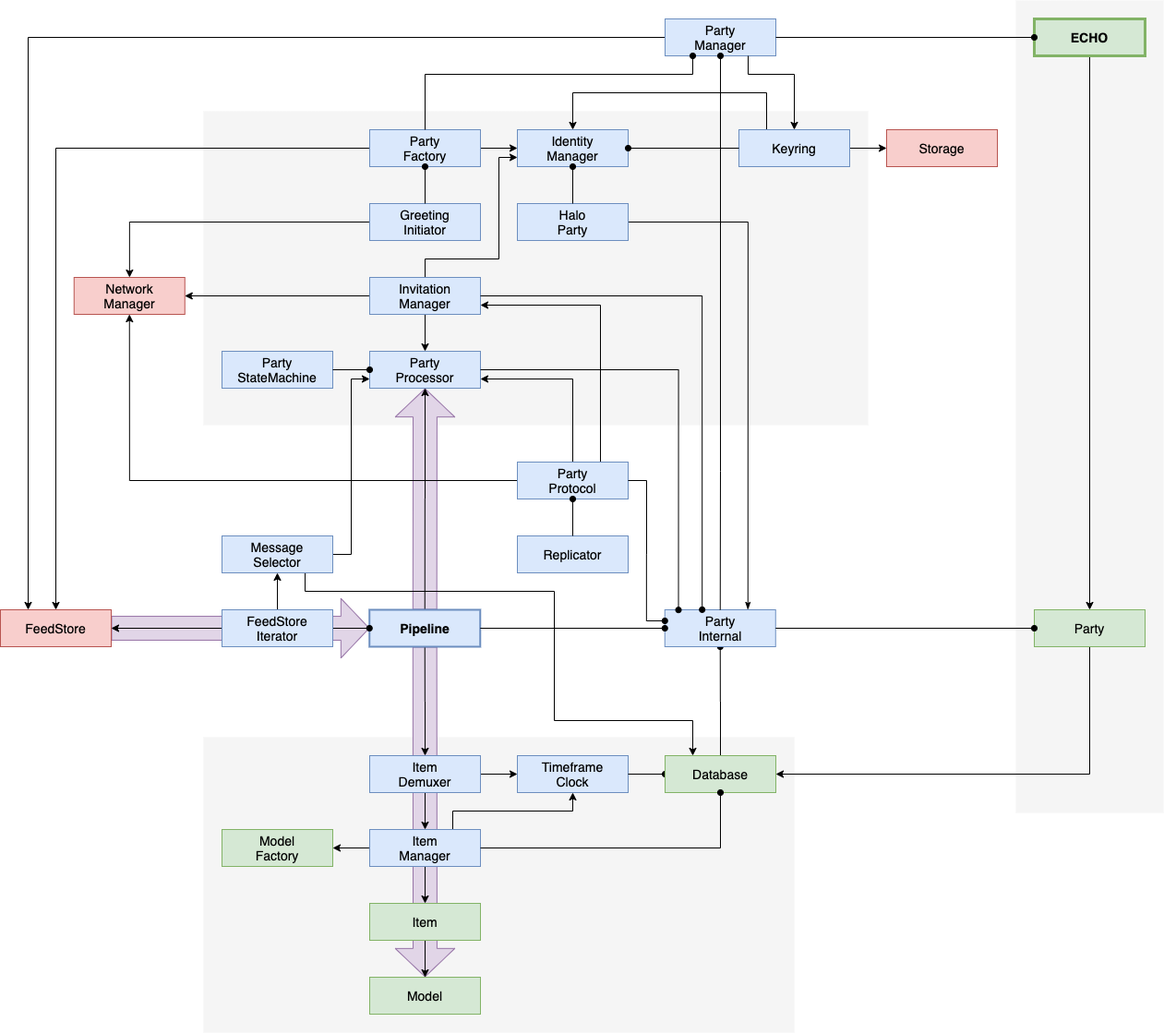
The draw.io diagram docs/content/diagrams/data-processing-2.png in dxos/dxos, before a commit. Source tidied: cells renumbered, new cells last; positions are measured from the earlier drawing's top-left corner, leaving out a move shared by most shapes.
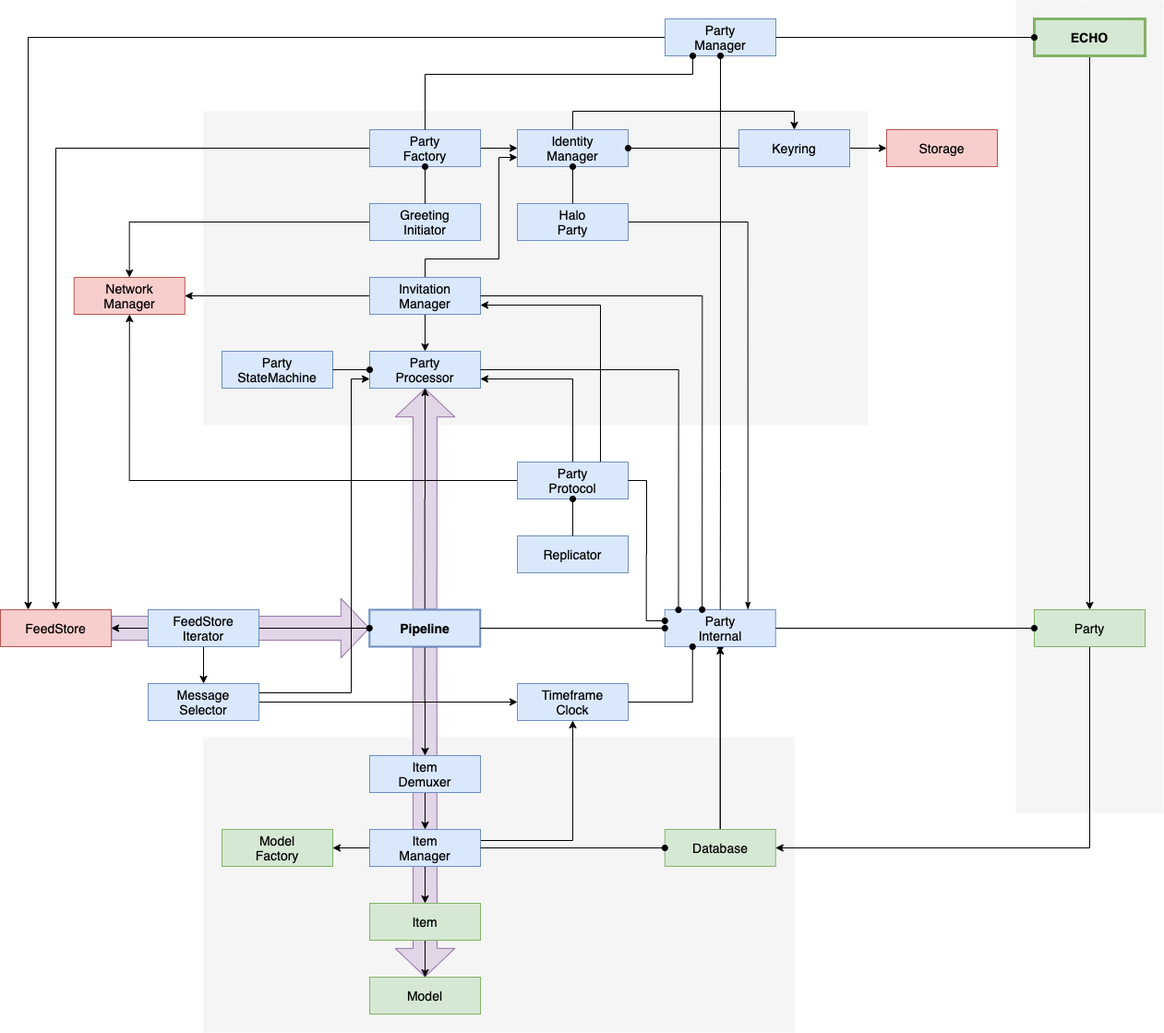
Above is the later version.

The edit, as a diff of the source:
```diff
@@ -25,13 +25,8 @@
     <mxCell id="8" style="edgeStyle=orthogonalEdgeStyle;rounded=0;jettySize=auto;html=1;exitX=0;exitY=0.5;exitDx=0;exitDy=0;entryX=0.25;entryY=0;entryDx=0;entryDy=0;" parent="1" edge="1" source="10" target="61">
       <mxGeometry relative="1" as="geometry" />
     </mxCell>
-    <mxCell id="9" style="edgeStyle=orthogonalEdgeStyle;rounded=0;jettySize=auto;html=1;exitX=0.25;exitY=0;exitDx=0;exitDy=0;entryX=0.5;entryY=0;entryDx=0;entryDy=0;" parent="1" edge="1" source="63" target="25">
-      <mxGeometry relative="1" as="geometry">
-        <Array as="points">
-          <mxPoint x="830" y="100" />
-          <mxPoint x="620" y="100" />
-        </Array>
-      </mxGeometry>
+    <mxCell id="9" style="edgeStyle=orthogonalEdgeStyle;rounded=0;jettySize=auto;html=1;exitX=0.5;exitY=0;exitDx=0;exitDy=0;entryX=0.5;entryY=0;entryDx=0;entryDy=0;" parent="1" edge="1" source="25" target="63">
+      <mxGeometry relative="1" as="geometry" />
     </mxCell>
     <mxCell id="10" value="Party&lt;br&gt;Manager" style="rounded=0;whiteSpace=wrap;html=1;fontSize=14;fontFamily=Helvetica;fillColor=#dae8fc;strokeColor=#6c8ebf;fontStyle=0;strokeWidth=1;" parent="1" vertex="1">
       <mxGeometry x="720" y="20" width="120" height="40" as="geometry" />
@@ -45,8 +40,13 @@
     <mxCell id="13" style="edgeStyle=orthogonalEdgeStyle;rounded=0;jettySize=auto;html=1;exitX=0.5;exitY=1;exitDx=0;exitDy=0;" parent="1" edge="1" source="62" target="17">
       <mxGeometry relative="1" as="geometry" />
     </mxCell>
-    <mxCell id="14" style="edgeStyle=orthogonalEdgeStyle;rounded=0;jettySize=auto;html=1;exitX=0.75;exitY=0;exitDx=0;exitDy=0;" parent="1" edge="1" source="62" target="24">
-      <mxGeometry relative="1" as="geometry" />
+    <mxCell id="14" style="edgeStyle=orthogonalEdgeStyle;rounded=0;jettySize=auto;html=1;" parent="1" edge="1" target="24">
+      <mxGeometry relative="1" as="geometry">
+        <mxPoint x="520" y="910" as="sourcePoint" />
+        <Array as="points">
+          <mxPoint x="620" y="910" />
+        </Array>
+      </mxGeometry>
     </mxCell>
     <mxCell id="15" style="edgeStyle=orthogonalEdgeStyle;rounded=0;jettySize=auto;html=1;exitX=0;exitY=0.5;exitDx=0;exitDy=0;entryX=1;entryY=0.5;entryDx=0;entryDy=0;" parent="1" edge="1" source="62" target="34">
       <mxGeometry relative="1" as="geometry" />
@@ -76,7 +76,7 @@
       <mxGeometry x="240" y="380" width="120" height="40" as="geometry" />
     </mxCell>
     <mxCell id="24" value="Timeframe&lt;br&gt;Clock" style="rounded=0;whiteSpace=wrap;html=1;fontSize=14;fontFamily=Helvetica;fillColor=#dae8fc;strokeColor=#6c8ebf;fontStyle=0;strokeWidth=1;" parent="1" vertex="1">
-      <mxGeometry x="560" y="818" width="120" height="40" as="geometry" />
+      <mxGeometry x="560" y="740" width="120" height="40" as="geometry" />
     </mxCell>
     <mxCell id="25" value="Identity&lt;br&gt;Manager" style="rounded=0;whiteSpace=wrap;html=1;fontSize=14;fontFamily=Helvetica;fillColor=#dae8fc;strokeColor=#6c8ebf;fontStyle=0;strokeWidth=1;" parent="1" vertex="1">
       <mxGeometry x="560" y="140" width="120" height="40" as="geometry" />
@@ -146,15 +146,12 @@
     <mxCell id="42" style="edgeStyle=orthogonalEdgeStyle;rounded=0;jettySize=auto;html=1;exitX=0;exitY=0.5;exitDx=0;exitDy=0;" parent="1" edge="1" source="80" target="61">
       <mxGeometry relative="1" as="geometry" />
     </mxCell>
-    <mxCell id="43" style="edgeStyle=orthogonalEdgeStyle;rounded=0;jettySize=auto;html=1;exitX=0.5;exitY=0;exitDx=0;exitDy=0;endArrow=classic;" parent="1" edge="1" source="80" target="57">
+    <mxCell id="43" style="edgeStyle=orthogonalEdgeStyle;rounded=0;jettySize=auto;html=1;exitX=0.5;exitY=1;exitDx=0;exitDy=0;endArrow=classic;" parent="1" edge="1" source="80" target="57">
       <mxGeometry relative="1" as="geometry" />
     </mxCell>
     <mxCell id="44" style="edgeStyle=orthogonalEdgeStyle;rounded=0;jettySize=auto;html=1;exitX=0.5;exitY=1;exitDx=0;exitDy=0;entryX=0.5;entryY=0;entryDx=0;entryDy=0;" parent="1" edge="1" source="46" target="62">
       <mxGeometry relative="1" as="geometry" />
     </mxCell>
-    <mxCell id="45" style="edgeStyle=orthogonalEdgeStyle;rounded=0;jettySize=auto;html=1;exitX=1;exitY=0.5;exitDx=0;exitDy=0;" parent="1" edge="1" source="46" target="24">
-      <mxGeometry relative="1" as="geometry" />
-    </mxCell>
     <mxCell id="46" value="Item&lt;br&gt;Demuxer" style="rounded=0;whiteSpace=wrap;html=1;fontSize=14;fontFamily=Helvetica;fillColor=#dae8fc;strokeColor=#6c8ebf;fontStyle=0;strokeWidth=1;" parent="1" vertex="1">
       <mxGeometry x="400" y="818" width="120" height="40" as="geometry" />
     </mxCell>
@@ -173,30 +170,31 @@
     <mxCell id="51" value="Party" style="rounded=0;whiteSpace=wrap;html=1;fontSize=14;fontFamily=Helvetica;fillColor=#d5e8d4;strokeColor=#82b366;fontStyle=0;strokeWidth=1;" parent="1" vertex="1">
       <mxGeometry x="1120" y="660" width="120" height="40" as="geometry" />
     </mxCell>
-    <mxCell id="52" style="edgeStyle=orthogonalEdgeStyle;rounded=0;jettySize=auto;html=1;exitX=0;exitY=0.5;exitDx=0;exitDy=0;entryX=1;entryY=0.5;entryDx=0;entryDy=0;endFill=0;endArrow=none;startFill=1;startArrow=oval;" parent="1" edge="1" source="53" target="24">
+    <mxCell id="52" style="edgeStyle=orthogonalEdgeStyle;rounded=0;jettySize=auto;html=1;exitX=0.25;exitY=1;exitDx=0;exitDy=0;entryX=1;entryY=0.5;entryDx=0;entryDy=0;endFill=0;endArrow=none;startFill=1;startArrow=oval;" parent="1" edge="1" source="12" target="24">
       <mxGeometry relative="1" as="geometry" />
     </mxCell>
+    <mxCell id="81" style="edgeStyle=orthogonalEdgeStyle;rounded=0;jettySize=auto;html=1;" parent="1" edge="1" source="53" target="12">
+      <mxGeometry relative="1" as="geometry" />
+    </mxCell>
     <mxCell id="53" value="Database" style="rounded=0;whiteSpace=wrap;html=1;fontSize=14;fontFamily=Helvetica;fillColor=#d5e8d4;strokeColor=#82b366;fontStyle=0;strokeWidth=1;" parent="1" vertex="1">
-      <mxGeometry x="720" y="818" width="120" height="40" as="geometry" />
+      <mxGeometry x="719.8" y="898" width="120" height="40" as="geometry" />
     </mxCell>
     <mxCell id="54" style="edgeStyle=orthogonalEdgeStyle;rounded=0;orthogonalLoop=1;jettySize=auto;html=1;exitX=0.5;exitY=1;exitDx=0;exitDy=0;" parent="1" edge="1" source="63" target="63">
       <mxGeometry relative="1" as="geometry" />
     </mxCell>
-    <mxCell id="55" style="edgeStyle=orthogonalEdgeStyle;rounded=0;jettySize=auto;html=1;exitX=0.75;exitY=1;exitDx=0;exitDy=0;entryX=0.25;entryY=0;entryDx=0;entryDy=0;" parent="1" edge="1" source="57" target="53">
-      <mxGeometry relative="1" as="geometry">
-        <Array as="points">
-          <mxPoint x="330" y="640" />
-          <mxPoint x="600" y="640" />
-          <mxPoint x="600" y="780" />
-          <mxPoint x="750" y="780" />
-        </Array>
-      </mxGeometry>
+    <mxCell id="55" style="edgeStyle=orthogonalEdgeStyle;rounded=0;jettySize=auto;html=1;exitX=1;exitY=0.5;exitDx=0;exitDy=0;entryX=0;entryY=0.5;entryDx=0;entryDy=0;" parent="1" edge="1" source="57" target="24">
+      <mxGeometry relative="1" as="geometry" />
     </mxCell>
-    <mxCell id="56" style="edgeStyle=orthogonalEdgeStyle;rounded=0;jettySize=auto;html=1;exitX=1;exitY=0.5;exitDx=0;exitDy=0;entryX=0;entryY=0.75;entryDx=0;entryDy=0;" parent="1" edge="1" source="57" target="22">
-      <mxGeometry relative="1" as="geometry" />
+    <mxCell id="56" style="edgeStyle=orthogonalEdgeStyle;rounded=0;jettySize=auto;html=1;exitX=1;exitY=0.25;exitDx=0;exitDy=0;entryX=0;entryY=0.75;entryDx=0;entryDy=0;" parent="1" edge="1" source="57" target="22">
+      <mxGeometry relative="1" as="geometry">
+        <Array as="points">
+          <mxPoint x="380" y="750" />
+          <mxPoint x="380" y="410" />
+        </Array>
+      </mxGeometry>
     </mxCell>
     <mxCell id="57" value="Message&lt;br&gt;Selector" style="rounded=0;whiteSpace=wrap;html=1;fontSize=14;fontFamily=Helvetica;fillColor=#dae8fc;strokeColor=#6c8ebf;fontStyle=0;strokeWidth=1;" parent="1" vertex="1">
-      <mxGeometry x="240" y="580" width="120" height="40" as="geometry" />
+      <mxGeometry x="160" y="740" width="120" height="40" as="geometry" />
     </mxCell>
     <mxCell id="58" value="Replicator" style="rounded=0;whiteSpace=wrap;html=1;fontSize=14;fontFamily=Helvetica;fillColor=#dae8fc;strokeColor=#6c8ebf;fontStyle=0;strokeWidth=1;" parent="1" vertex="1">
       <mxGeometry x="560" y="580" width="120" height="40" as="geometry" />
@@ -216,14 +214,6 @@
     <mxCell id="63" value="Keyring" style="rounded=0;whiteSpace=wrap;html=1;fontSize=14;fontFamily=Helvetica;fillColor=#dae8fc;strokeColor=#6c8ebf;fontStyle=0;strokeWidth=1;" parent="1" vertex="1">
       <mxGeometry x="800" y="140" width="120" height="40" as="geometry" />
     </mxCell>
-    <mxCell id="64" style="edgeStyle=orthogonalEdgeStyle;rounded=0;jettySize=auto;html=1;exitX=0.75;exitY=1;exitDx=0;exitDy=0;" parent="1" edge="1" source="10" target="63">
-      <mxGeometry relative="1" as="geometry">
-        <Array as="points">
-          <mxPoint x="810" y="80" />
-          <mxPoint x="860" y="80" />
-        </Array>
-      </mxGeometry>
-    </mxCell>
     <mxCell id="65" style="edgeStyle=orthogonalEdgeStyle;rounded=0;jettySize=auto;html=1;exitX=0.25;exitY=1;exitDx=0;exitDy=0;strokeWidth=1;endFill=0;endArrow=none;startFill=1;startArrow=oval;" parent="1" edge="1" source="10" target="33">
       <mxGeometry relative="1" as="geometry">
         <Array as="points">
@@ -235,7 +225,7 @@
     <mxCell id="66" style="edgeStyle=orthogonalEdgeStyle;rounded=0;jettySize=auto;html=1;exitX=0;exitY=0.5;exitDx=0;exitDy=0;entryX=1;entryY=0.5;entryDx=0;entryDy=0;startArrow=oval;startFill=1;endArrow=none;endFill=0;" parent="1" edge="1" source="51" target="12">
       <mxGeometry relative="1" as="geometry" />
     </mxCell>
-    <mxCell id="67" style="edgeStyle=orthogonalEdgeStyle;rounded=0;jettySize=auto;html=1;exitX=0.5;exitY=1;exitDx=0;exitDy=0;entryX=1;entryY=0.5;entryDx=0;entryDy=0;startArrow=oval;startFill=1;endArrow=none;endFill=0;" parent="1" edge="1" source="53" target="62">
+    <mxCell id="67" style="edgeStyle=orthogonalEdgeStyle;rounded=0;jettySize=auto;html=1;exitX=0;exitY=0.5;exitDx=0;exitDy=0;entryX=1;entryY=0.5;entryDx=0;entryDy=0;startArrow=oval;startFill=1;endArrow=none;endFill=0;" parent="1" edge="1" source="53" target="62">
       <mxGeometry relative="1" as="geometry" />
     </mxCell>
     <mxCell id="68" style="edgeStyle=orthogonalEdgeStyle;rounded=0;jettySize=auto;html=1;exitX=0;exitY=0.5;exitDx=0;exitDy=0;endArrow=none;endFill=0;startArrow=oval;startFill=1;" parent="1" edge="1" source="49" target="10">
@@ -280,7 +270,7 @@
       <mxGeometry relative="1" as="geometry" />
     </mxCell>
     <mxCell id="80" value="FeedStore&lt;br&gt;Iterator" style="rounded=0;whiteSpace=wrap;html=1;fontSize=14;fontFamily=Helvetica;fillColor=#dae8fc;strokeColor=#6c8ebf;fontStyle=0;strokeWidth=1;" parent="1" vertex="1">
-      <mxGeometry x="240" y="660" width="120" height="40" as="geometry" />
+      <mxGeometry x="160" y="660" width="120" height="40" as="geometry" />
     </mxCell>
   </root>
 </mxGraphModel>
```
